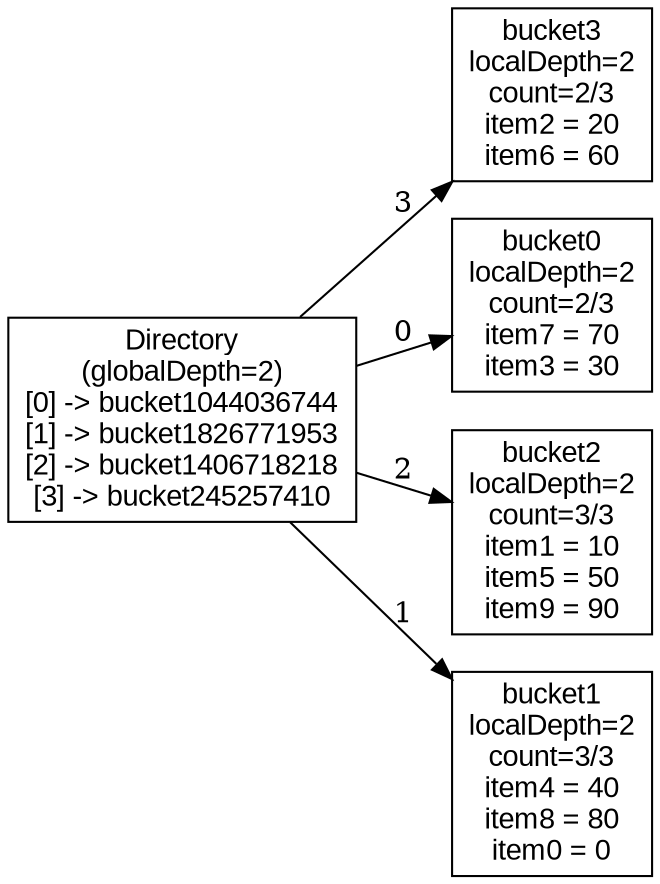
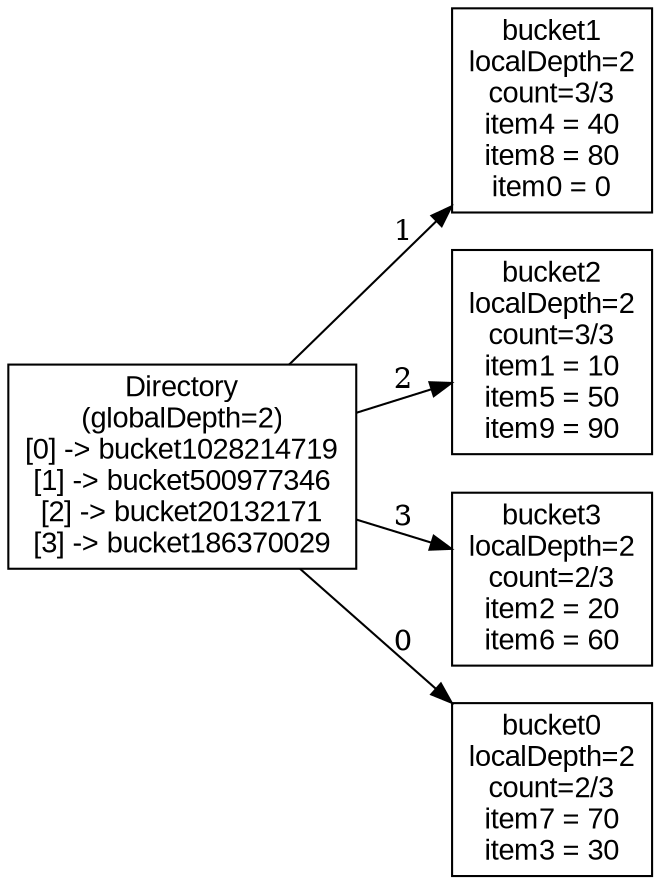
digraph "test5_full_after_inserts" {
  rankdir=LR;
  node [shape=box, fontname=Arial];
-   dir [label="Directory\n(globalDepth=2)\n[0] -> bucket1044036744\n[1] -> bucket1826771953\n[2] -> bucket1406718218\n[3] -> bucket245257410\n"];
+   dir [label="Directory\n(globalDepth=2)\n[0] -> bucket1028214719\n[1] -> bucket500977346\n[2] -> bucket20132171\n[3] -> bucket186370029\n"];
+   bucket1 [label="bucket1\nlocalDepth=2\ncount=3/3\nitem4 = 40\nitem8 = 80\nitem0 = 0\n"];
+   bucket2 [label="bucket2\nlocalDepth=2\ncount=3/3\nitem1 = 10\nitem5 = 50\nitem9 = 90\n"];
  bucket3 [label="bucket3\nlocalDepth=2\ncount=2/3\nitem2 = 20\nitem6 = 60\n"];
  bucket0 [label="bucket0\nlocalDepth=2\ncount=2/3\nitem7 = 70\nitem3 = 30\n"];
-   bucket2 [label="bucket2\nlocalDepth=2\ncount=3/3\nitem1 = 10\nitem5 = 50\nitem9 = 90\n"];
-   bucket1 [label="bucket1\nlocalDepth=2\ncount=3/3\nitem4 = 40\nitem8 = 80\nitem0 = 0\n"];
  dir -> bucket0 [label="0"];
  dir -> bucket1 [label="1"];
  dir -> bucket2 [label="2"];
  dir -> bucket3 [label="3"];
}
